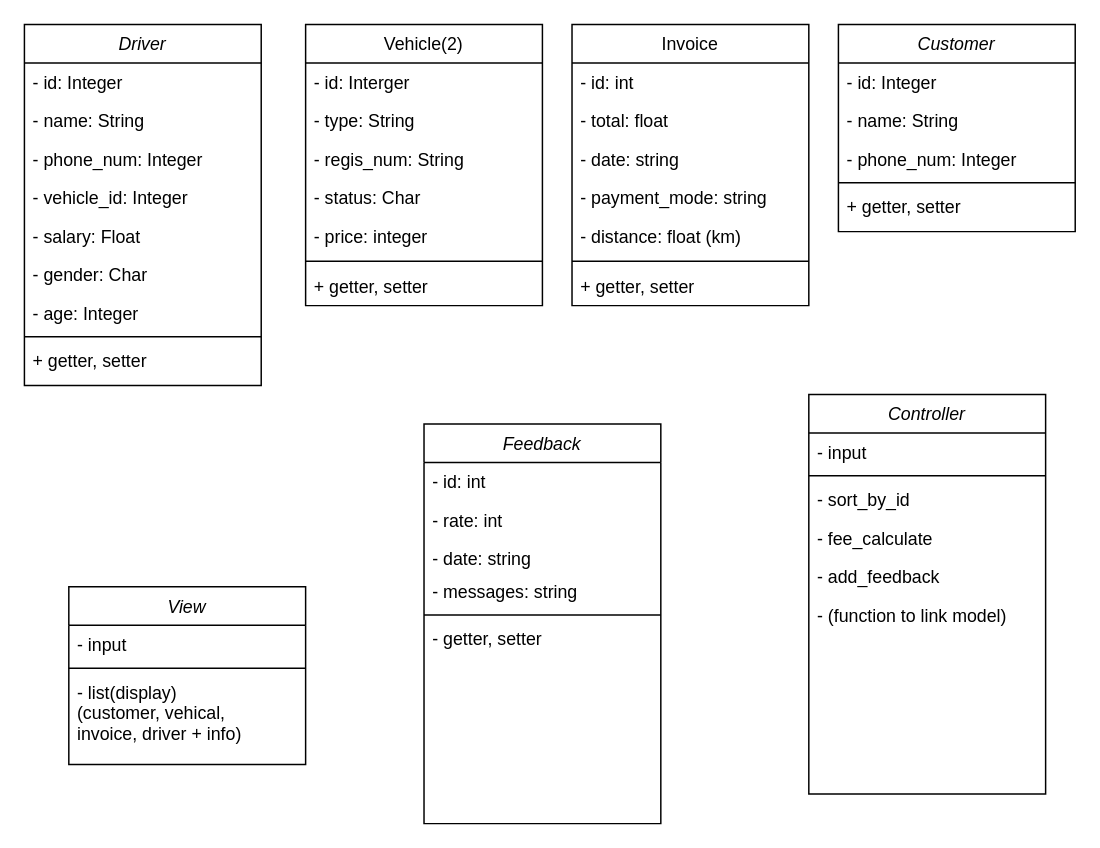
Earlier version of the draw.io diagram Taxi Information Management System.drawio (Incomprehensibilitative/Taxi-Information-Management-System). Source tidied: cells renumbered, new cells numbered last; positions are measured from the earlier drawing's top-left corner, leaving out a move shared by most shapes. Both pictures are drawn from the tidied source at 148%, with x=0, y=0 at pixel (24, 24).
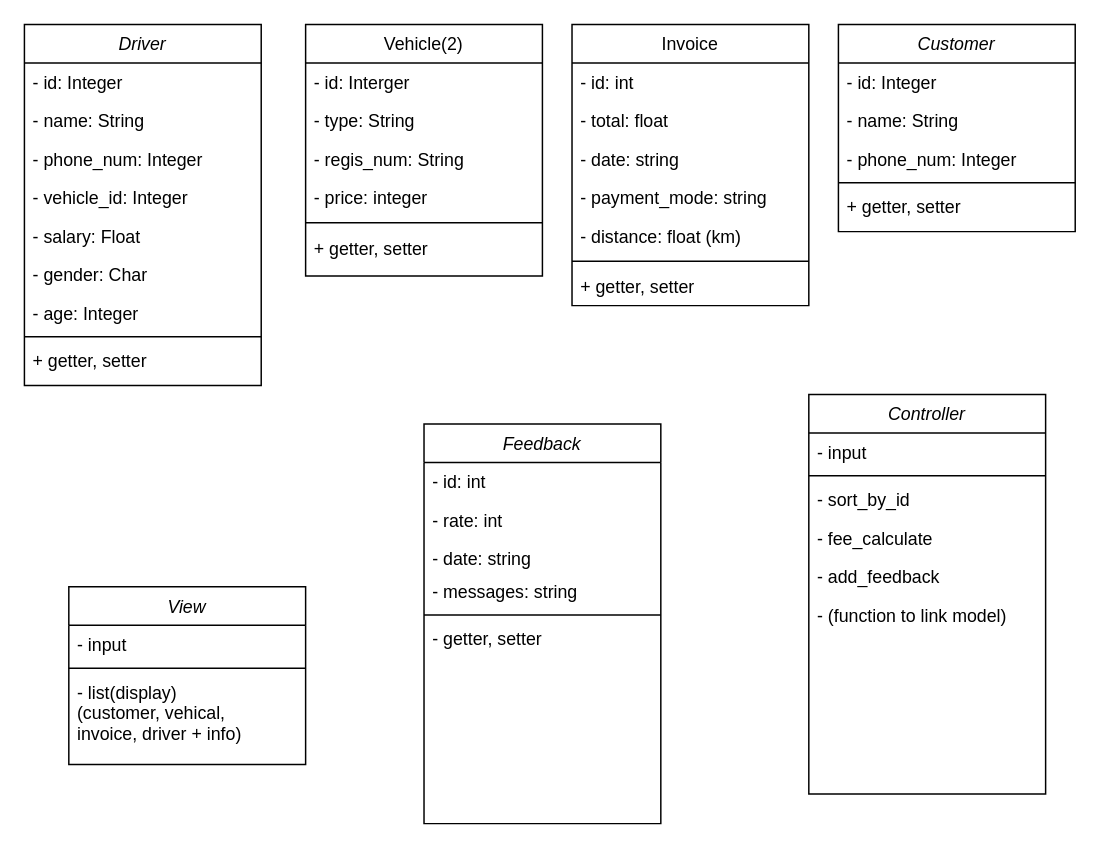
Above is the later version.

Diff of the diagram source:
```diff
@@
     <mxCell id="12" value="Vehicle(2)" style="swimlane;fontStyle=0;align=center;verticalAlign=top;horizontal=1;startSize=26;rounded=0;shadow=0;strokeWidth=1;" parent="1" vertex="1">
-      <mxGeometry x="190" width="160" height="190" as="geometry" />
+      <mxGeometry x="190" width="160" height="170" as="geometry" />
     </mxCell>
@@
-    <mxCell id="16" value="- status: Char" style="text;align=left;verticalAlign=top;spacingLeft=4;spacingRight=4;overflow=hidden;rounded=0;shadow=0;html=0;" parent="12" vertex="1">
-      <mxGeometry y="104" width="160" height="26" as="geometry" />
-    </mxCell>
     <mxCell id="17" value="- price: integer" style="text;align=left;verticalAlign=top;spacingLeft=4;spacingRight=4;overflow=hidden;rounded=0;shadow=0;html=0;" parent="12" vertex="1">
-      <mxGeometry y="130" width="160" height="26" as="geometry" />
+      <mxGeometry y="104" width="160" height="26" as="geometry" />
     </mxCell>
     <mxCell id="18" style="line;html=1;strokeWidth=1;align=left;verticalAlign=middle;spacingTop=-1;spacingLeft=3;spacingRight=3;labelPosition=right;" parent="12" vertex="1">
-      <mxGeometry y="156" width="160" height="8" as="geometry" />
+      <mxGeometry y="130" width="160" height="8" as="geometry" />
     </mxCell>
     <mxCell id="19" value="+ getter, setter" style="text;align=left;verticalAlign=top;spacingLeft=4;spacingRight=4;overflow=hidden;fontStyle=0;" parent="12" vertex="1">
-      <mxGeometry y="164" width="160" height="26" as="geometry" />
+      <mxGeometry y="138" width="160" height="26" as="geometry" />
     </mxCell>
```
